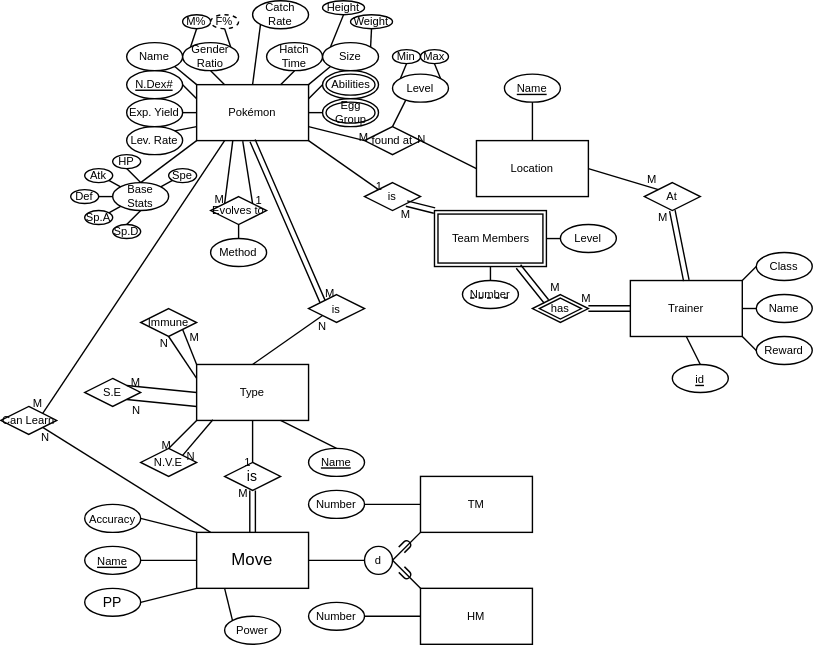
This is diagrams/EER.svg from JacobJanzen/J5-Pocket-Monsters-Database, a draw.io export, as it was before one commit. Source tidied: cells renumbered, new cells last; positions are measured from the earlier drawing's top-left corner, leaving out a move shared by most shapes.
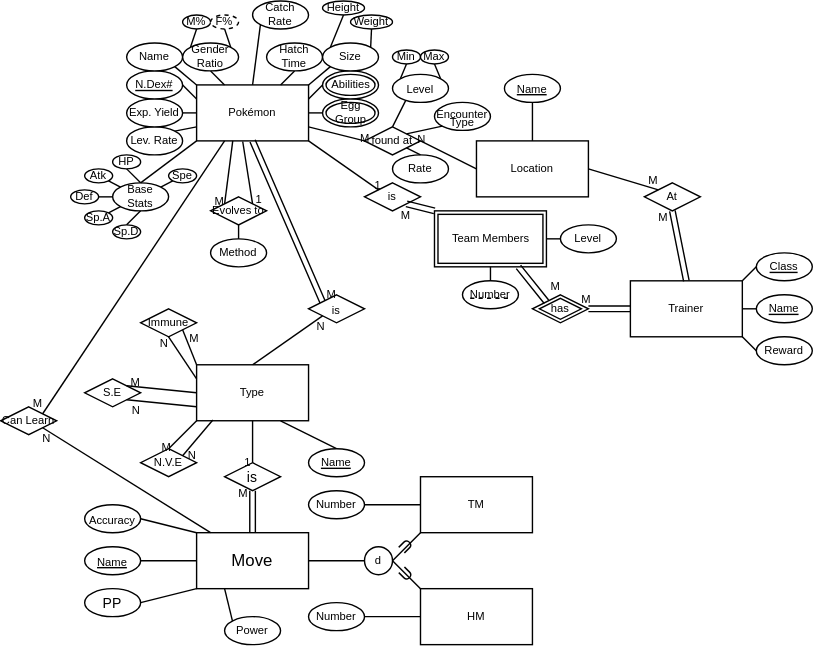
Later version of the same file.

Diff of the diagram source:
```diff
@@ -469,20 +469,18 @@
         <mxPoint x="3" y="5" as="offset" />
       </mxGeometry>
     </mxCell>
-    <mxCell id="137" value="Class" style="ellipse;whiteSpace=wrap;html=1;hachureGap=4;fontSize=8;" parent="1" vertex="1">
-      <mxGeometry x="540" y="180" width="40" height="20" as="geometry" />
-    </mxCell>
-    <mxCell id="138" value="Name" style="ellipse;whiteSpace=wrap;html=1;hachureGap=4;fontSize=8;" parent="1" vertex="1">
-      <mxGeometry x="540" y="210" width="40" height="20" as="geometry" />
-    </mxCell>
     <mxCell id="139" value="Reward" style="ellipse;whiteSpace=wrap;html=1;hachureGap=4;fontSize=8;" parent="1" vertex="1">
       <mxGeometry x="540" y="240" width="40" height="20" as="geometry" />
     </mxCell>
-    <mxCell id="140" style="endArrow=none;html=1;fontSize=8;startSize=14;endSize=14;sourcePerimeterSpacing=8;targetPerimeterSpacing=8;entryX=0;entryY=0.5;entryDx=0;entryDy=0;exitX=1;exitY=0;exitDx=0;exitDy=0;" parent="1" edge="1" source="116" target="137">
-      <mxGeometry relative="1" as="geometry" />
+    <mxCell id="140" style="endArrow=none;html=1;fontSize=8;startSize=14;endSize=14;sourcePerimeterSpacing=8;targetPerimeterSpacing=8;entryX=0;entryY=0.5;entryDx=0;entryDy=0;exitX=1;exitY=0;exitDx=0;exitDy=0;" parent="1" edge="1" source="116">
+      <mxGeometry relative="1" as="geometry">
+        <mxPoint x="540" y="190" as="targetPoint" />
+      </mxGeometry>
     </mxCell>
-    <mxCell id="141" style="endArrow=none;html=1;fontSize=8;startSize=14;endSize=14;sourcePerimeterSpacing=8;targetPerimeterSpacing=8;exitX=1;exitY=0.5;exitDx=0;exitDy=0;entryX=0;entryY=0.5;entryDx=0;entryDy=0;" parent="1" edge="1" source="116" target="138">
-      <mxGeometry relative="1" as="geometry" />
+    <mxCell id="141" style="endArrow=none;html=1;fontSize=8;startSize=14;endSize=14;sourcePerimeterSpacing=8;targetPerimeterSpacing=8;exitX=1;exitY=0.5;exitDx=0;exitDy=0;entryX=0;entryY=0.5;entryDx=0;entryDy=0;" parent="1" edge="1" source="116">
+      <mxGeometry relative="1" as="geometry">
+        <mxPoint x="540" y="220" as="targetPoint" />
+      </mxGeometry>
     </mxCell>
     <mxCell id="142" style="endArrow=none;html=1;fontSize=8;startSize=14;endSize=14;sourcePerimeterSpacing=8;targetPerimeterSpacing=8;exitX=1;exitY=1;exitDx=0;exitDy=0;entryX=0;entryY=0.5;entryDx=0;entryDy=0;" parent="1" edge="1" source="116" target="139">
       <mxGeometry relative="1" as="geometry" />
@@ -514,17 +512,29 @@
         <mxPoint x="3" y="15" as="offset" />
       </mxGeometry>
     </mxCell>
-    <mxCell id="150" value="&lt;font style=&quot;font-size: 8px&quot;&gt;id&lt;/font&gt;" style="ellipse;whiteSpace=wrap;html=1;align=center;fontStyle=4;" parent="1" vertex="1">
-      <mxGeometry x="480" y="260" width="40" height="20" as="geometry" />
-    </mxCell>
-    <mxCell id="151" style="endArrow=none;html=1;fontSize=8;startSize=14;endSize=14;sourcePerimeterSpacing=8;targetPerimeterSpacing=8;exitX=0.5;exitY=1;exitDx=0;exitDy=0;entryX=0.5;entryY=0;entryDx=0;entryDy=0;" parent="1" edge="1" source="116" target="150">
-      <mxGeometry relative="1" as="geometry" />
-    </mxCell>
     <mxCell id="152" value="&lt;div&gt;Method&lt;/div&gt;" style="ellipse;whiteSpace=wrap;html=1;align=center;fontSize=8;" parent="1" vertex="1">
       <mxGeometry x="150" y="170" width="40" height="20" as="geometry" />
     </mxCell>
     <mxCell id="153" style="endArrow=none;html=1;rounded=0;fontSize=8;edgeStyle=orthogonalEdgeStyle;entryX=0.5;entryY=0;entryDx=0;entryDy=0;exitX=0.5;exitY=1;exitDx=0;exitDy=0;" parent="1" edge="1" source="92" target="152">
       <mxGeometry relative="1" as="geometry" />
     </mxCell>
+    <mxCell id="154" value="&lt;p style=&quot;line-height: 0.4&quot;&gt;&lt;font style=&quot;font-size: 8px&quot;&gt;Encounter Type&lt;/font&gt;&lt;/p&gt;" style="ellipse;whiteSpace=wrap;html=1;align=center;" parent="1" vertex="1">
+      <mxGeometry x="310" y="72.5" width="40" height="20" as="geometry" />
+    </mxCell>
+    <mxCell id="155" style="endArrow=none;html=1;rounded=0;fontSize=8;exitX=1;exitY=0;exitDx=0;exitDy=0;entryX=0;entryY=1;entryDx=0;entryDy=0;" parent="1" edge="1" source="101" target="154">
+      <mxGeometry relative="1" as="geometry" />
+    </mxCell>
+    <mxCell id="156" value="Rate" style="ellipse;whiteSpace=wrap;html=1;align=center;fontSize=8;" parent="1" vertex="1">
+      <mxGeometry x="280" y="110" width="40" height="20" as="geometry" />
+    </mxCell>
+    <mxCell id="157" style="endArrow=none;html=1;rounded=0;fontSize=8;exitX=1;exitY=1;exitDx=0;exitDy=0;entryX=0.5;entryY=0;entryDx=0;entryDy=0;" parent="1" edge="1" source="101" target="156">
+      <mxGeometry relative="1" as="geometry" />
+    </mxCell>
+    <mxCell id="137" value="&lt;div&gt;Class&lt;/div&gt;" style="ellipse;whiteSpace=wrap;html=1;align=center;fontStyle=4;fontSize=8;" parent="1" vertex="1">
+      <mxGeometry x="540" y="180" width="40" height="20" as="geometry" />
+    </mxCell>
+    <mxCell id="138" value="&lt;div&gt;Name&lt;/div&gt;" style="ellipse;whiteSpace=wrap;html=1;align=center;fontStyle=4;fontSize=8;" parent="1" vertex="1">
+      <mxGeometry x="540" y="210" width="40" height="20" as="geometry" />
+    </mxCell>
   </root>
 </mxGraphModel>
```
